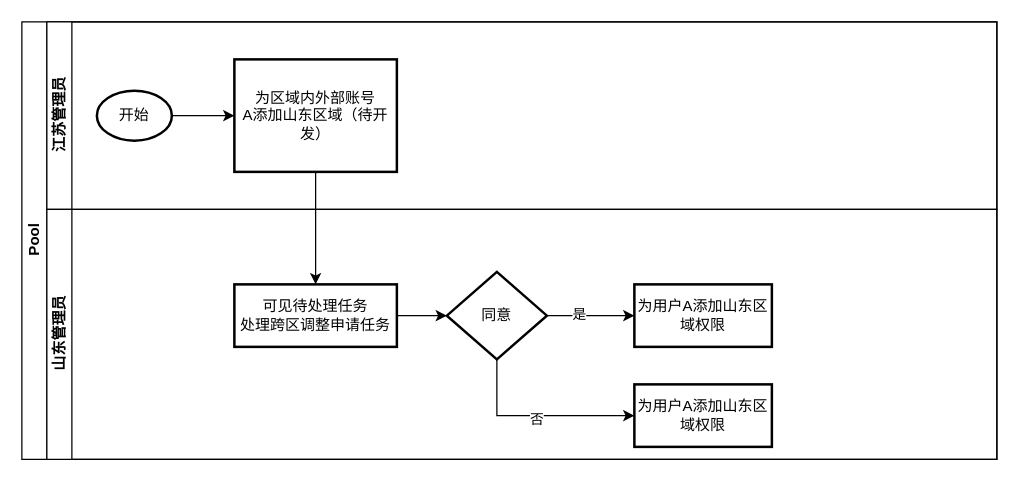
This is 系统功能流程图/外部账号跨区调整.drawio from 158698706/tt4a, a draw.io file, before an edit. Source tidied: cells renumbered, new cells numbered last; positions are measured from the earlier drawing's top-left corner, leaving out a move shared by most shapes. Both pictures are drawn from the tidied source at 125%, with x=0, y=0 at pixel (21, 21).
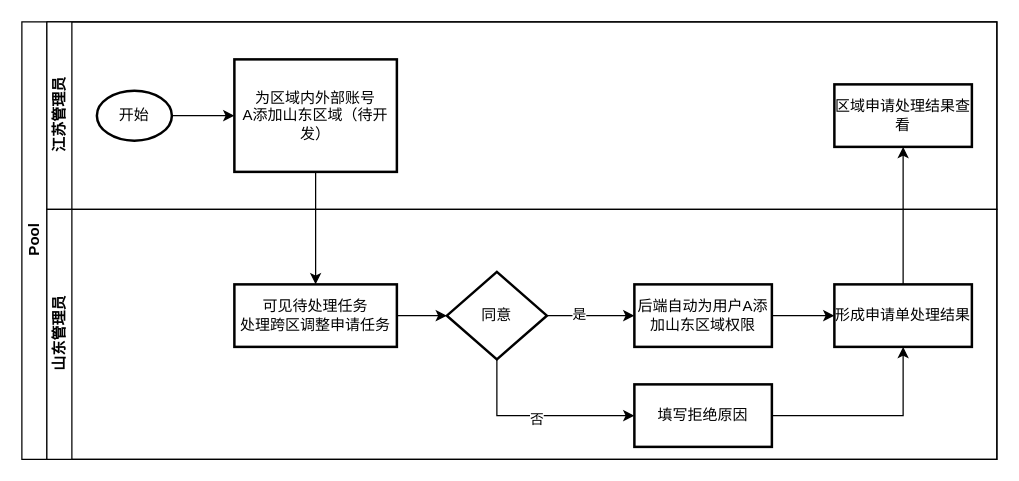
The same page after the edit.

Commit message (it also covers changes not shown here):
更新外部账号跨区调整.drawio

Unchanged cells that the change refers to:
```xml
<mxCell id="2" value="Pool" style="swimlane;html=1;horizontal=0;startSize=20;" parent="1" vertex="1">
  <mxGeometry width="780" height="350" as="geometry" />
</mxCell>
<mxCell id="3" value="江苏管理员" style="swimlane;html=1;startSize=20;horizontal=0;" parent="2" vertex="1">
  <mxGeometry x="20" width="760" height="150" as="geometry" />
</mxCell>
<mxCell id="7" value="山东管理员" style="swimlane;html=1;startSize=20;horizontal=0;" parent="2" vertex="1">
  <mxGeometry x="20" y="150" width="760" height="200" as="geometry" />
</mxCell>
```

What changed in the source:
```diff
@@
+    <mxCell id="18" value="区域申请处理结果查看" style="whiteSpace=wrap;html=1;strokeWidth=2;" parent="3" vertex="1">
+      <mxGeometry x="630" y="50" width="110" height="50" as="geometry" />
+    </mxCell>
@@
+    <mxCell id="19" style="edgeStyle=orthogonalEdgeStyle;rounded=0;jettySize=auto;html=1;entryX=0;entryY=0.5;entryDx=0;entryDy=0;" parent="7" edge="1" source="15" target="21">
+      <mxGeometry relative="1" as="geometry" />
+    </mxCell>
-    <mxCell id="15" value="为用户A添加山东区域权限" style="whiteSpace=wrap;html=1;strokeWidth=2;" parent="7" vertex="1">
+    <mxCell id="15" value="后端自动为用户A添加山东区域权限" style="whiteSpace=wrap;html=1;strokeWidth=2;" parent="7" vertex="1">
       <mxGeometry x="470" y="60" width="110" height="50" as="geometry" />
     </mxCell>
+    <mxCell id="20" style="edgeStyle=orthogonalEdgeStyle;rounded=0;jettySize=auto;html=1;entryX=0.5;entryY=1;entryDx=0;entryDy=0;" parent="7" edge="1" source="16" target="21">
+      <mxGeometry relative="1" as="geometry" />
+    </mxCell>
-    <mxCell id="16" value="为用户A添加山东区域权限" style="whiteSpace=wrap;html=1;strokeWidth=2;" parent="7" vertex="1">
+    <mxCell id="16" value="填写拒绝原因" style="whiteSpace=wrap;html=1;strokeWidth=2;" parent="7" vertex="1">
       <mxGeometry x="470" y="140" width="110" height="50" as="geometry" />
     </mxCell>
+    <mxCell id="21" value="形成申请单处理结果" style="whiteSpace=wrap;html=1;strokeWidth=2;" parent="7" vertex="1">
+      <mxGeometry x="630" y="60" width="110" height="50" as="geometry" />
+    </mxCell>
@@
+    <mxCell id="22" style="edgeStyle=orthogonalEdgeStyle;rounded=0;jettySize=auto;html=1;entryX=0.5;entryY=1;entryDx=0;entryDy=0;" parent="2" edge="1" source="21" target="18">
+      <mxGeometry relative="1" as="geometry" />
+    </mxCell>
```
